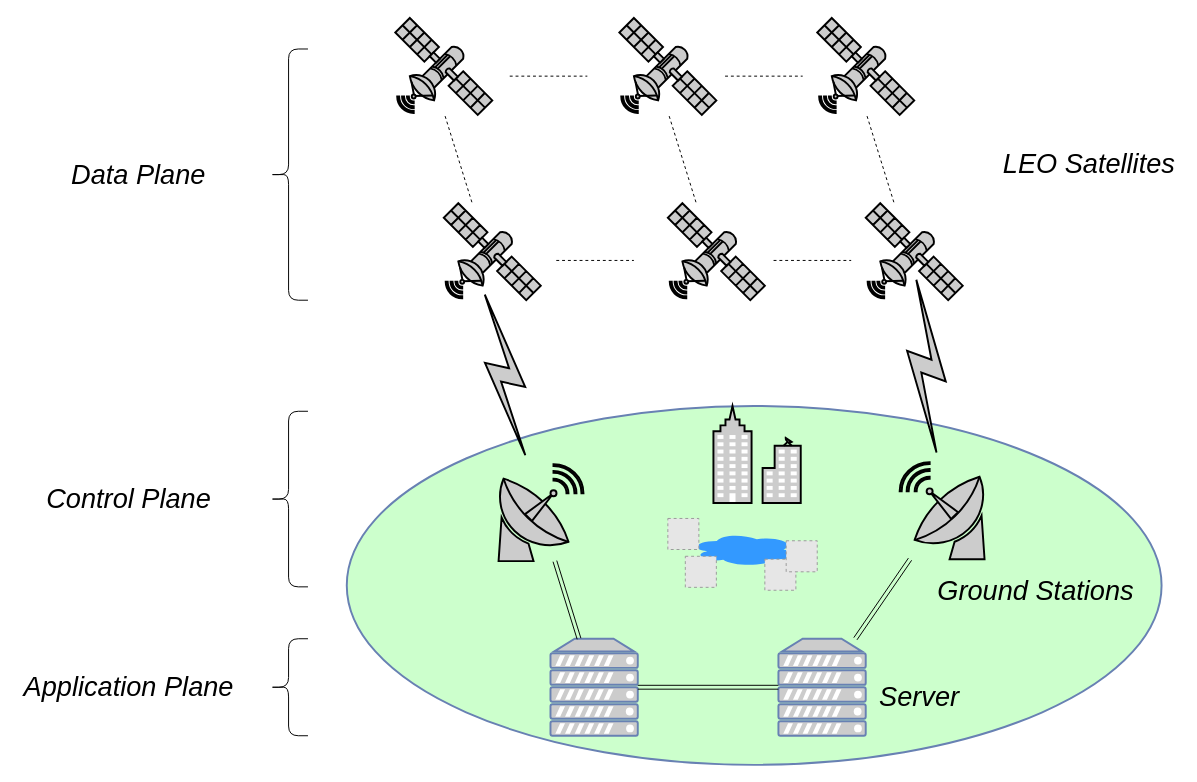
The draw.io diagram page "算法1架构图" (8 of 16) of drawio.drawio in peachhhhh/satellite, before the edit. Source tidied: cells renumbered, new cells numbered last; positions are measured from the earlier drawing's top-left corner, leaving out a move shared by most shapes. Both pictures are drawn from the tidied source at 97%, with x=0, y=0 at pixel (16, 17). Pictures stored in the file or linked from it are replaced by grey dashed boxes.
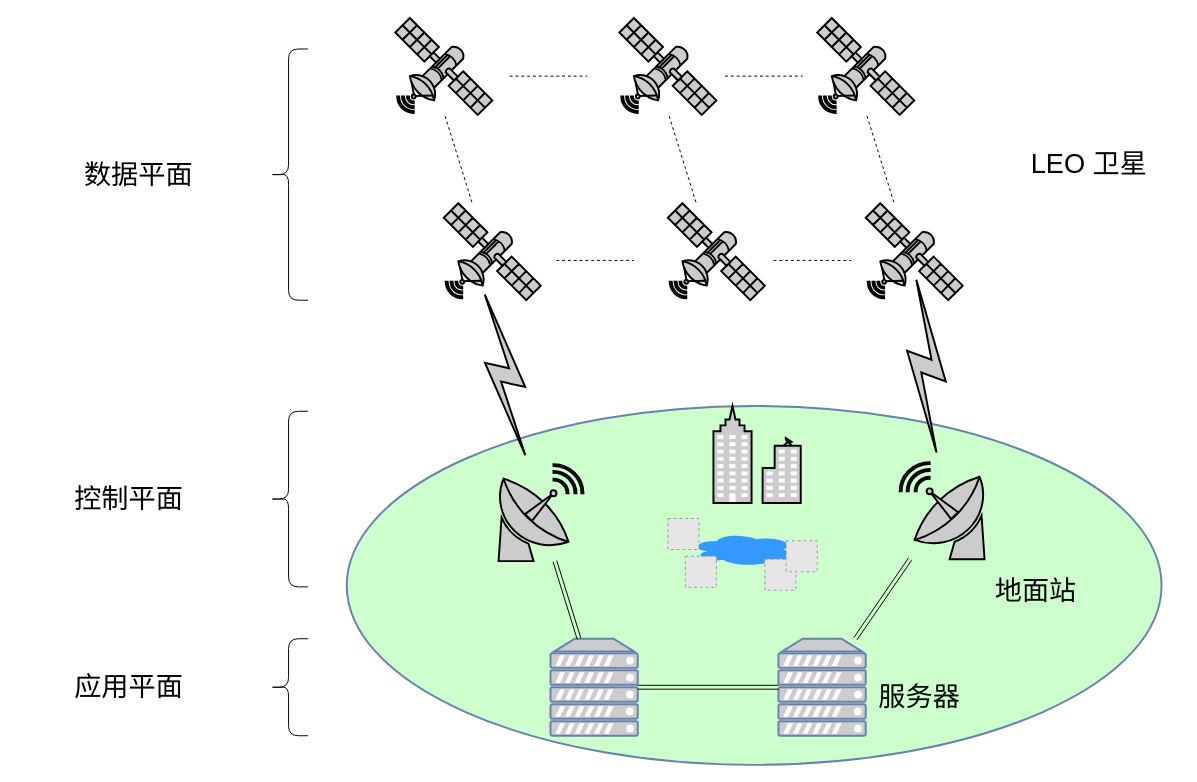
After the change.

Change to the diagram source:
```diff
@@
-    <mxCell id="26" value="Server" style="text;html=1;align=center;verticalAlign=middle;fontSize=28;fontStyle=2;" parent="1" vertex="1">
+    <mxCell id="26" value="&lt;span style=&quot;font-style: normal&quot;&gt;服务器&lt;/span&gt;" style="text;html=1;align=center;verticalAlign=middle;fontSize=28;fontStyle=2;" parent="1" vertex="1">
       <mxGeometry x="880" y="680" width="100" height="40" as="geometry" />
     </mxCell>
-    <mxCell id="27" value="Ground Stations" style="text;html=1;align=center;verticalAlign=middle;fontSize=28;fontStyle=2;" parent="1" vertex="1">
-      <mxGeometry x="940" y="571" width="220" height="40" as="geometry" />
+    <mxCell id="27" value="&lt;span style=&quot;font-style: normal&quot;&gt;地面站&lt;/span&gt;" style="text;html=1;align=center;verticalAlign=middle;fontSize=28;fontStyle=2;" parent="1" vertex="1">
+      <mxGeometry x="1000" y="571" width="100" height="40" as="geometry" />
     </mxCell>
-    <mxCell id="28" value="LEO Satellites" style="text;html=1;align=center;verticalAlign=middle;fontSize=28;fontStyle=2;" parent="1" vertex="1">
-      <mxGeometry x="1010" y="130" width="190" height="40" as="geometry" />
+    <mxCell id="28" value="&lt;span style=&quot;font-style: normal&quot;&gt;LEO 卫星&lt;/span&gt;" style="text;html=1;align=center;verticalAlign=middle;fontSize=28;fontStyle=2;" parent="1" vertex="1">
+      <mxGeometry x="1035" y="130" width="140" height="40" as="geometry" />
     </mxCell>
@@
-    <mxCell id="34" value="&lt;div style=&quot;font-size: 28px;&quot;&gt;&lt;font style=&quot;font-size: 28px;&quot;&gt;Control Plane&lt;/font&gt;&lt;/div&gt;" style="text;html=1;align=center;verticalAlign=middle;fontSize=28;fontColor=#000000;fontStyle=2;" parent="1" vertex="1">
-      <mxGeometry x="25" y="476" width="180" height="40" as="geometry" />
+    <mxCell id="34" value="&lt;div style=&quot;font-size: 28px&quot;&gt;&lt;font style=&quot;font-size: 28px ; font-style: normal&quot;&gt;控制平面&lt;/font&gt;&lt;/div&gt;" style="text;html=1;align=center;verticalAlign=middle;fontSize=28;fontColor=#000000;fontStyle=2;" parent="1" vertex="1">
+      <mxGeometry x="50" y="476" width="130" height="40" as="geometry" />
     </mxCell>
-    <mxCell id="35" value="Application Plane" style="text;html=1;align=center;verticalAlign=middle;fontSize=28;fontColor=#000000;fontStyle=2;" parent="1" vertex="1">
-      <mxGeometry y="670" width="230" height="40" as="geometry" />
+    <mxCell id="35" value="&lt;span style=&quot;font-style: normal&quot;&gt;应用平面&lt;/span&gt;" style="text;html=1;align=center;verticalAlign=middle;fontSize=28;fontColor=#000000;fontStyle=2;" parent="1" vertex="1">
+      <mxGeometry x="50" y="670" width="130" height="40" as="geometry" />
     </mxCell>
-    <mxCell id="36" value="&lt;div style=&quot;font-size: 28px&quot;&gt;&lt;font style=&quot;font-size: 28px&quot;&gt;Data Plane&lt;/font&gt;&lt;/div&gt;" style="text;html=1;align=center;verticalAlign=middle;fontSize=28;fontColor=#000000;fontStyle=2;" parent="1" vertex="1">
-      <mxGeometry x="50" y="141.5" width="150" height="40" as="geometry" />
+    <mxCell id="36" value="&lt;div style=&quot;font-size: 28px&quot;&gt;&lt;font style=&quot;font-size: 28px ; font-style: normal&quot;&gt;数据平面&lt;/font&gt;&lt;/div&gt;" style="text;html=1;align=center;verticalAlign=middle;fontSize=28;fontColor=#000000;fontStyle=2;" parent="1" vertex="1">
+      <mxGeometry x="60" y="141.5" width="130" height="40" as="geometry" />
     </mxCell>
```
